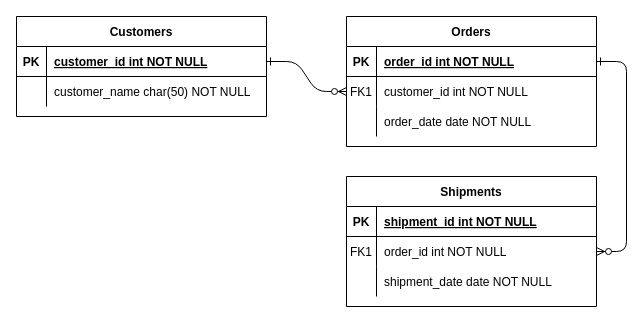
Before: Untitled Diagram.drawio in Sec-il-n/sugget_cd_ci, a draw.io diagram. Source tidied: cells renumbered, new cells numbered last; positions are measured from the earlier drawing's top-left corner, leaving out a move shared by most shapes. Both pictures are drawn from the tidied source at 100%, with x=0, y=0 at pixel (16, 16).
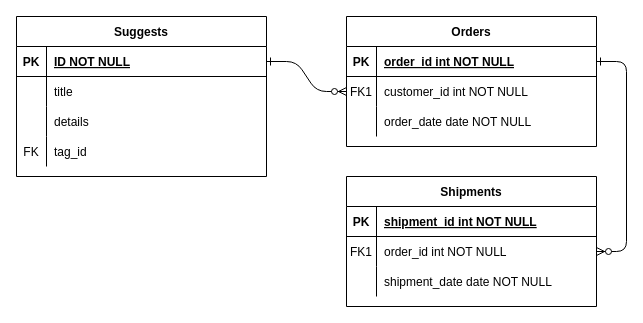
The same diagram, later.

Commit message (it also covers changes not shown here):
Untitled Diagram.drawio を更新します

Unchanged cells that the change refers to:
```xml
<mxCell id="25" style="shape=partialRectangle;fillColor=none;points=[[0,0.5],[1,0.5]];portConstraint=eastwest;top=0;left=0;right=0;bottom=1;" parent="24" vertex="1">
  <mxGeometry y="30" width="250" height="30" as="geometry" />
</mxCell>
<mxCell id="28" style="shape=partialRectangle;fillColor=none;top=0;left=0;right=0;bottom=0;" parent="24" vertex="1">
  <mxGeometry y="60" width="250" height="30" as="geometry" />
</mxCell>
```

Diff of the diagram source:
```diff
@@
-    <mxCell id="24" value="Customers" style="shape=table;startSize=30;childLayout=tableLayout;rowLines=0;fontStyle=1;align=center;" parent="1" vertex="1">
-      <mxGeometry width="250" height="100" as="geometry" />
+    <mxCell id="24" value="Suggests" style="shape=table;startSize=30;childLayout=tableLayout;rowLines=0;fontStyle=1;align=center;" parent="1" vertex="1">
+      <mxGeometry width="250" height="160" as="geometry" />
     </mxCell>
@@
-    <mxCell id="27" value="customer_id int NOT NULL " style="shape=partialRectangle;overflow=hidden;fillColor=none;top=0;left=0;bottom=0;right=0;align=left;spacingLeft=6;fontStyle=5;" parent="25" vertex="1">
+    <mxCell id="27" value="ID NOT NULL" style="shape=partialRectangle;overflow=hidden;fillColor=none;top=0;left=0;bottom=0;right=0;align=left;spacingLeft=6;fontStyle=5;" parent="25" vertex="1">
       <mxGeometry x="30" width="220" height="30" as="geometry" />
     </mxCell>
@@
-    <mxCell id="30" value="customer_name char(50) NOT NULL" style="shape=partialRectangle;overflow=hidden;fillColor=none;top=0;left=0;bottom=0;right=0;align=left;spacingLeft=6;" parent="28" vertex="1">
+    <mxCell id="30" value="title" style="shape=partialRectangle;overflow=hidden;fillColor=none;top=0;left=0;bottom=0;right=0;align=left;spacingLeft=6;" parent="28" vertex="1">
       <mxGeometry x="30" width="220" height="30" as="geometry" />
     </mxCell>
+    <mxCell id="31" style="shape=partialRectangle;fillColor=none;top=0;left=0;right=0;bottom=0;" parent="24" vertex="1">
+      <mxGeometry y="90" width="250" height="30" as="geometry" />
+    </mxCell>
+    <mxCell id="32" style="shape=partialRectangle;overflow=hidden;fillColor=none;top=0;left=0;bottom=0;right=0;" parent="31" vertex="1">
+      <mxGeometry width="30" height="30" as="geometry" />
+    </mxCell>
+    <mxCell id="33" value="details" style="shape=partialRectangle;overflow=hidden;fillColor=none;top=0;left=0;bottom=0;right=0;align=left;spacingLeft=6;" parent="31" vertex="1">
+      <mxGeometry x="30" width="220" height="30" as="geometry" />
+    </mxCell>
+    <mxCell id="34" style="shape=partialRectangle;fillColor=none;top=0;left=0;right=0;bottom=0;" parent="24" vertex="1">
+      <mxGeometry y="120" width="250" height="30" as="geometry" />
+    </mxCell>
+    <mxCell id="35" value="FK" style="shape=partialRectangle;overflow=hidden;fillColor=none;top=0;left=0;bottom=0;right=0;" parent="34" vertex="1">
+      <mxGeometry width="30" height="30" as="geometry" />
+    </mxCell>
+    <mxCell id="36" value="tag_id" style="shape=partialRectangle;overflow=hidden;fillColor=none;top=0;left=0;bottom=0;right=0;align=left;spacingLeft=6;" parent="34" vertex="1">
+      <mxGeometry x="30" width="220" height="30" as="geometry" />
+    </mxCell>
```
